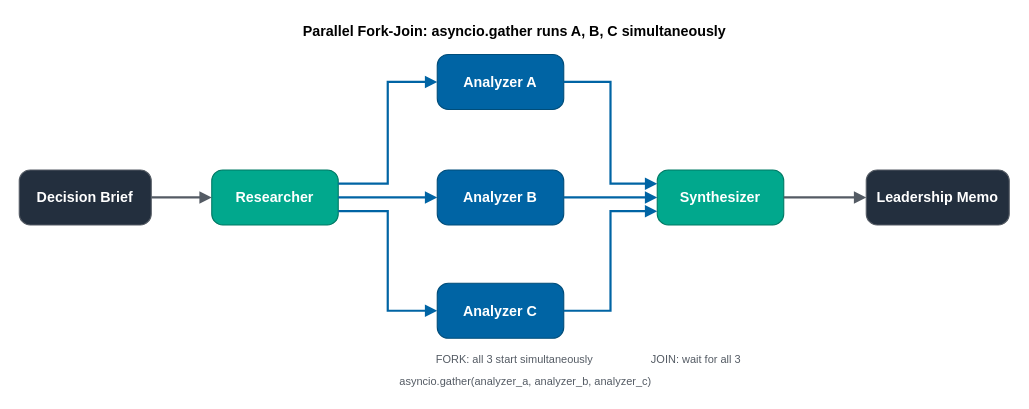
Before: samples/03-parallel-fork-join/architecture.drawio in aws-samples/sample-multi-agent-systems-with-strands-workshop, a draw.io diagram. Source tidied: cells renumbered, new cells numbered last; positions are measured from the earlier drawing's top-left corner, leaving out a move shared by most shapes. Both pictures are drawn from the tidied source at 110%, with x=0, y=0 at pixel (19, 19).
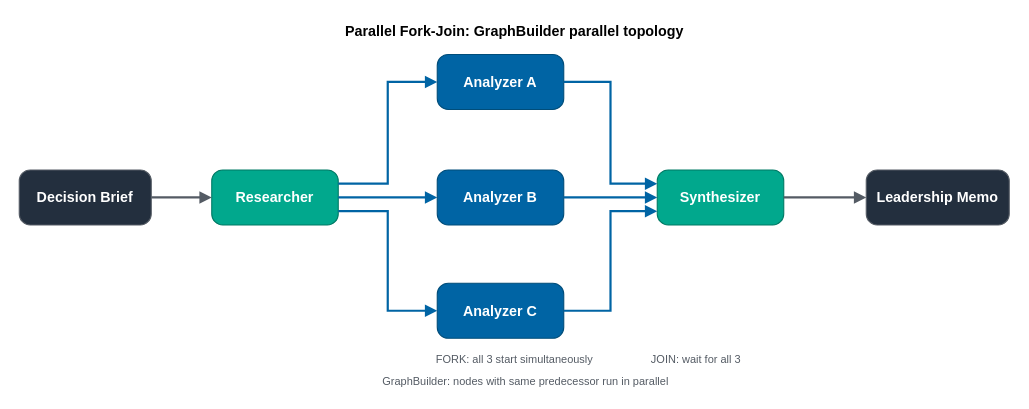
The same diagram, later.

Commit message (it also covers changes not shown here):
Fix M3 diagram title (GraphBuilder, not asyncio); clean M7 capstone conceptual diagram showing all 4 patterns

Diff of the diagram source:
```diff
@@
-    <mxCell id="2" value="Parallel Fork-Join: asyncio.gather runs A, B, C simultaneously" style="text;html=1;align=center;verticalAlign=middle;fontSize=13;fontStyle=1;fillColor=none;strokeColor=none;" parent="1" vertex="1">
+    <mxCell id="2" value="Parallel Fork-Join: GraphBuilder parallel topology" style="text;html=1;align=center;verticalAlign=middle;fontSize=13;fontStyle=1;fillColor=none;strokeColor=none;" parent="1" vertex="1">
       <mxGeometry x="10" width="880" height="22" as="geometry" />
     </mxCell>
@@
-    <mxCell id="20" value="asyncio.gather(analyzer_a, analyzer_b, analyzer_c)" style="text;html=1;align=center;verticalAlign=middle;fontSize=10;fontStyle=0;fillColor=none;strokeColor=none;fontColor=#545B64;" parent="1" vertex="1">
+    <mxCell id="20" value="GraphBuilder: nodes with same predecessor run in parallel" style="text;html=1;align=center;verticalAlign=middle;fontSize=10;fontStyle=0;fillColor=none;strokeColor=none;fontColor=#545B64;" parent="1" vertex="1">
       <mxGeometry x="320" y="320" width="280" height="18" as="geometry" />
     </mxCell>
```
